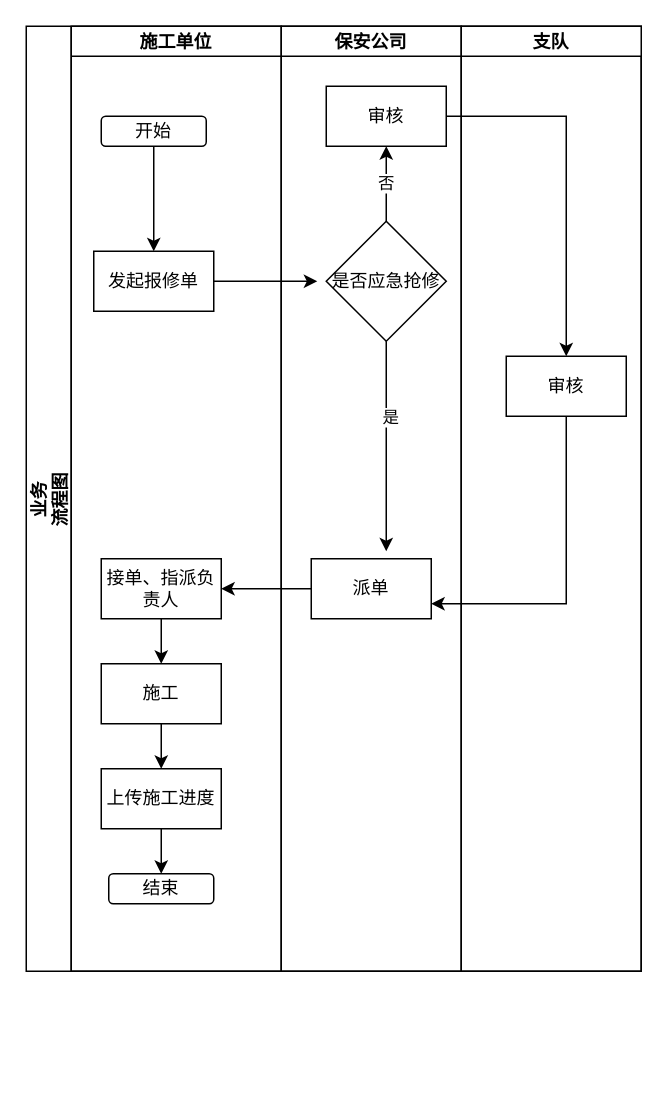
This is 未命名绘图1212.drawio from huyongchao98/dapp, a draw.io file, before an edit. Source tidied: cells renumbered, new cells numbered last; positions are measured from the earlier drawing's top-left corner, leaving out a move shared by most shapes. Both pictures are drawn from the tidied source at 150%, with x=0, y=0 at pixel (26, 26).
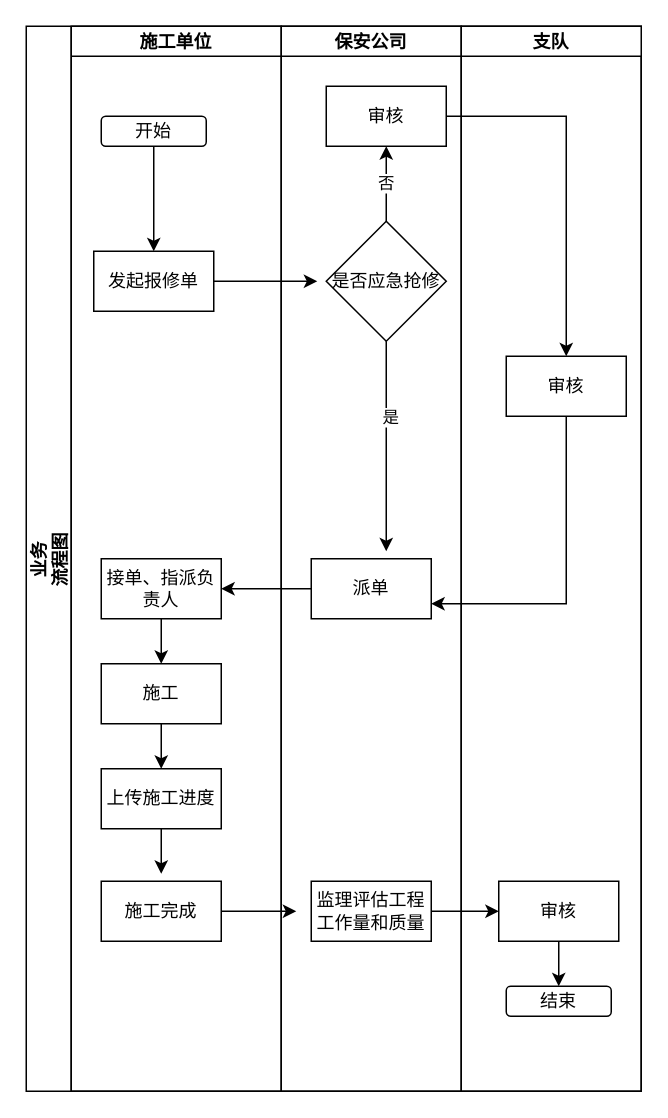
Above is the later version.

Commit message:
更新未命名绘图1212.drawio

Unchanged cells that the change refers to:
```xml
<mxCell id="13" value="上传施工进度" style="rounded=0;whiteSpace=wrap;html=1;" parent="4" vertex="1">
  <mxGeometry x="20" y="495" width="80" height="40" as="geometry" />
</mxCell>
```

Diff of the diagram source:
```diff
@@
     <mxCell id="2" value="业务&#10;流程图" style="swimlane;startSize=30;horizontal=0;" parent="1" vertex="1">
-      <mxGeometry width="410" height="630" as="geometry" />
+      <mxGeometry width="410" height="710" as="geometry" />
     </mxCell>
@@
     <mxCell id="4" value="施工单位" style="swimlane;startSize=20;" parent="2" vertex="1">
-      <mxGeometry x="30" width="140" height="630" as="geometry" />
+      <mxGeometry x="30" width="140" height="710" as="geometry" />
     </mxCell>
@@
-    <mxCell id="12" style="edgeStyle=orthogonalEdgeStyle;rounded=0;jettySize=auto;html=1;exitX=0.5;exitY=1;exitDx=0;exitDy=0;entryX=0.5;entryY=0;entryDx=0;entryDy=0;" parent="4" edge="1" source="13" target="14">
-      <mxGeometry relative="1" as="geometry" />
+    <mxCell id="12" style="edgeStyle=orthogonalEdgeStyle;rounded=0;jettySize=auto;html=1;exitX=0.5;exitY=1;exitDx=0;exitDy=0;entryX=0.5;entryY=0;entryDx=0;entryDy=0;" parent="4" edge="1" source="13">
+      <mxGeometry relative="1" as="geometry">
+        <mxPoint x="60" y="565" as="targetPoint" />
+      </mxGeometry>
     </mxCell>
@@
-    <mxCell id="14" value="结束" style="rounded=1;whiteSpace=wrap;html=1;" parent="4" vertex="1">
-      <mxGeometry x="25" y="565" width="70" height="20" as="geometry" />
-    </mxCell>
+    <mxCell id="27" style="edgeStyle=orthogonalEdgeStyle;rounded=0;jettySize=auto;html=1;" parent="4" edge="1" source="28">
+      <mxGeometry relative="1" as="geometry">
+        <mxPoint x="150" y="590" as="targetPoint" />
+      </mxGeometry>
+    </mxCell>
+    <mxCell id="28" value="施工完成" style="rounded=0;whiteSpace=wrap;html=1;" parent="4" vertex="1">
+      <mxGeometry x="20" y="570" width="80" height="40" as="geometry" />
+    </mxCell>
     <mxCell id="15" value="保安公司" style="swimlane;startSize=20;" parent="2" vertex="1">
-      <mxGeometry x="170" width="120" height="630" as="geometry" />
+      <mxGeometry x="170" width="120" height="710" as="geometry" />
     </mxCell>
@@
+    <mxCell id="29" value="监理评估工程工作量和质量" style="rounded=0;whiteSpace=wrap;html=1;" parent="15" vertex="1">
+      <mxGeometry x="20" y="570" width="80" height="40" as="geometry" />
+    </mxCell>
     <mxCell id="22" value="支队" style="swimlane;startSize=20;" parent="2" vertex="1">
-      <mxGeometry x="290" width="120" height="630" as="geometry" />
+      <mxGeometry x="290" width="120" height="710" as="geometry" />
     </mxCell>
@@
+    <mxCell id="30" style="edgeStyle=orthogonalEdgeStyle;rounded=0;jettySize=auto;html=1;entryX=0.5;entryY=0;entryDx=0;entryDy=0;" parent="22" edge="1" source="31" target="14">
+      <mxGeometry relative="1" as="geometry" />
+    </mxCell>
+    <mxCell id="31" value="审核" style="rounded=0;whiteSpace=wrap;html=1;" parent="22" vertex="1">
+      <mxGeometry x="25" y="570" width="80" height="40" as="geometry" />
+    </mxCell>
+    <mxCell id="14" value="结束" style="rounded=1;whiteSpace=wrap;html=1;" parent="22" vertex="1">
+      <mxGeometry x="30" y="640" width="70" height="20" as="geometry" />
+    </mxCell>
@@
+    <mxCell id="32" style="edgeStyle=orthogonalEdgeStyle;rounded=0;jettySize=auto;html=1;" parent="2" edge="1" source="29" target="31">
+      <mxGeometry relative="1" as="geometry" />
+    </mxCell>
```
